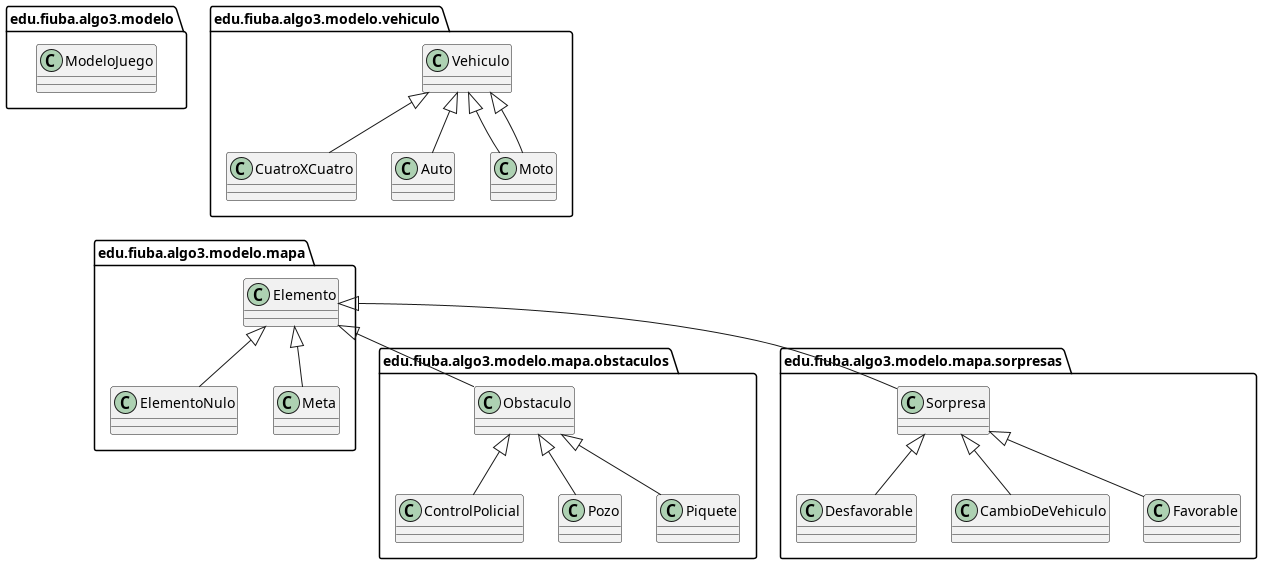
This is diagramas/paquetes.png from Pablo1107/algo3-tp2, a PlantUML export, as it was before one commit. Source of this version:
```plantuml
@startuml
class edu.fiuba.algo3.modelo.ModeloJuego {}

edu.fiuba.algo3.modelo.vehiculo.Vehiculo <|-- edu.fiuba.algo3.modelo.vehiculo.CuatroXCuatro
edu.fiuba.algo3.modelo.vehiculo.Vehiculo <|-- edu.fiuba.algo3.modelo.vehiculo.Auto
edu.fiuba.algo3.modelo.vehiculo.Vehiculo <|-- edu.fiuba.algo3.modelo.vehiculo.Moto
edu.fiuba.algo3.modelo.vehiculo.Vehiculo <|-- edu.fiuba.algo3.modelo.vehiculo.Moto

edu.fiuba.algo3.modelo.vehiculo.CuatroXCuatro -[hidden]-> edu.fiuba.algo3.modelo.mapa.Elemento

edu.fiuba.algo3.modelo.mapa.obstaculos.Obstaculo <|-- edu.fiuba.algo3.modelo.mapa.obstaculos.ControlPolicial
edu.fiuba.algo3.modelo.mapa.obstaculos.Obstaculo <|-- edu.fiuba.algo3.modelo.mapa.obstaculos.Pozo
edu.fiuba.algo3.modelo.mapa.sorpresas.Sorpresa <|-- edu.fiuba.algo3.modelo.mapa.sorpresas.Desfavorable
edu.fiuba.algo3.modelo.mapa.sorpresas.Sorpresa <|-- edu.fiuba.algo3.modelo.mapa.sorpresas.CambioDeVehiculo
edu.fiuba.algo3.modelo.mapa.sorpresas.Sorpresa <|-- edu.fiuba.algo3.modelo.mapa.sorpresas.Favorable
edu.fiuba.algo3.modelo.mapa.obstaculos.Obstaculo <|-- edu.fiuba.algo3.modelo.mapa.obstaculos.Piquete
edu.fiuba.algo3.modelo.mapa.Elemento <|-- edu.fiuba.algo3.modelo.mapa.obstaculos.Obstaculo
edu.fiuba.algo3.modelo.mapa.Elemento <|-- edu.fiuba.algo3.modelo.mapa.sorpresas.Sorpresa
edu.fiuba.algo3.modelo.mapa.Elemento <|-- edu.fiuba.algo3.modelo.mapa.ElementoNulo
edu.fiuba.algo3.modelo.mapa.Elemento <|-- edu.fiuba.algo3.modelo.mapa.Meta
@enduml
```
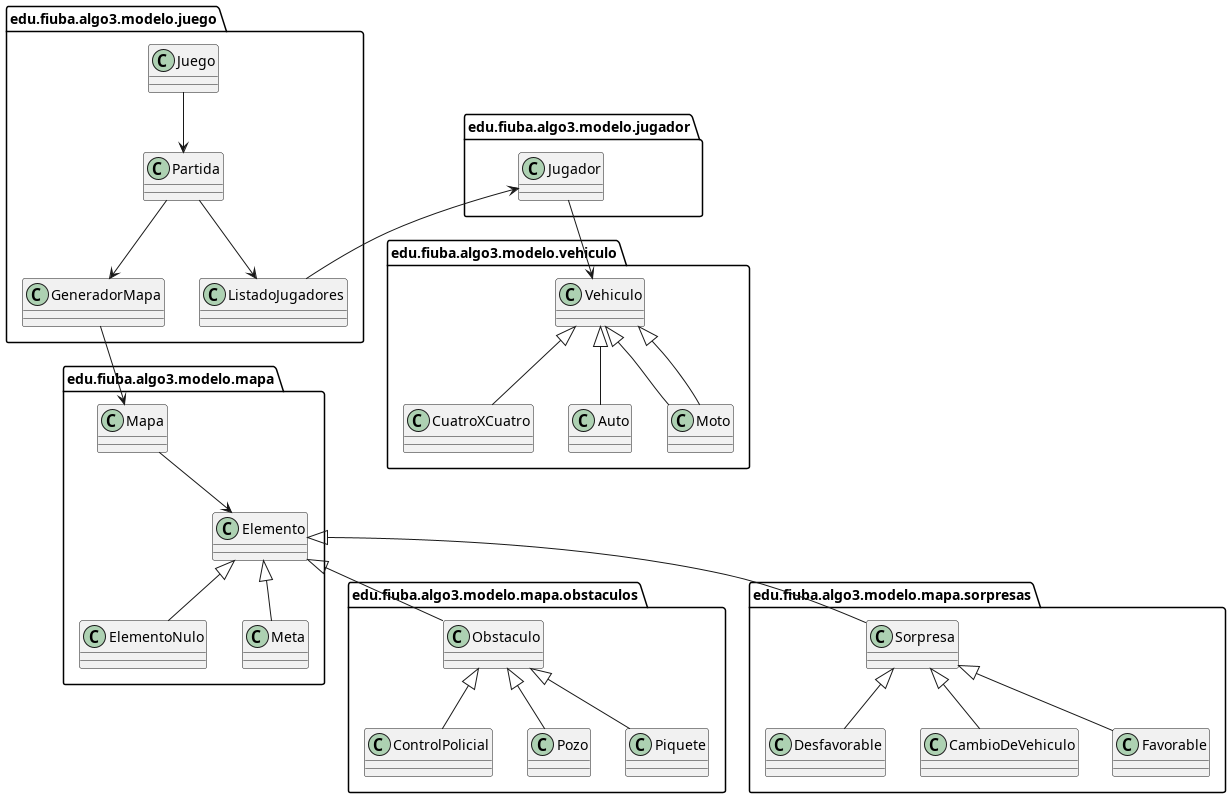
The same file after the commit.

The edit, as a diff of the source:
```diff
@@ -1,5 +1,13 @@
 @startuml
-class edu.fiuba.algo3.modelo.ModeloJuego {}
+edu.fiuba.algo3.modelo.juego.Juego --> edu.fiuba.algo3.modelo.juego.Partida
+edu.fiuba.algo3.modelo.juego.Partida --> edu.fiuba.algo3.modelo.juego.GeneradorMapa
+edu.fiuba.algo3.modelo.juego.Partida --> edu.fiuba.algo3.modelo.juego.ListadoJugadores
+
+edu.fiuba.algo3.modelo.juego.GeneradorMapa --> edu.fiuba.algo3.modelo.mapa.Mapa
+edu.fiuba.algo3.modelo.mapa.Mapa --> edu.fiuba.algo3.modelo.mapa.Elemento
+
+edu.fiuba.algo3.modelo.jugador.Jugador <-- edu.fiuba.algo3.modelo.juego.ListadoJugadores
+edu.fiuba.algo3.modelo.jugador.Jugador --> edu.fiuba.algo3.modelo.vehiculo.Vehiculo
 
 edu.fiuba.algo3.modelo.vehiculo.Vehiculo <|-- edu.fiuba.algo3.modelo.vehiculo.CuatroXCuatro
 edu.fiuba.algo3.modelo.vehiculo.Vehiculo <|-- edu.fiuba.algo3.modelo.vehiculo.Auto
```
